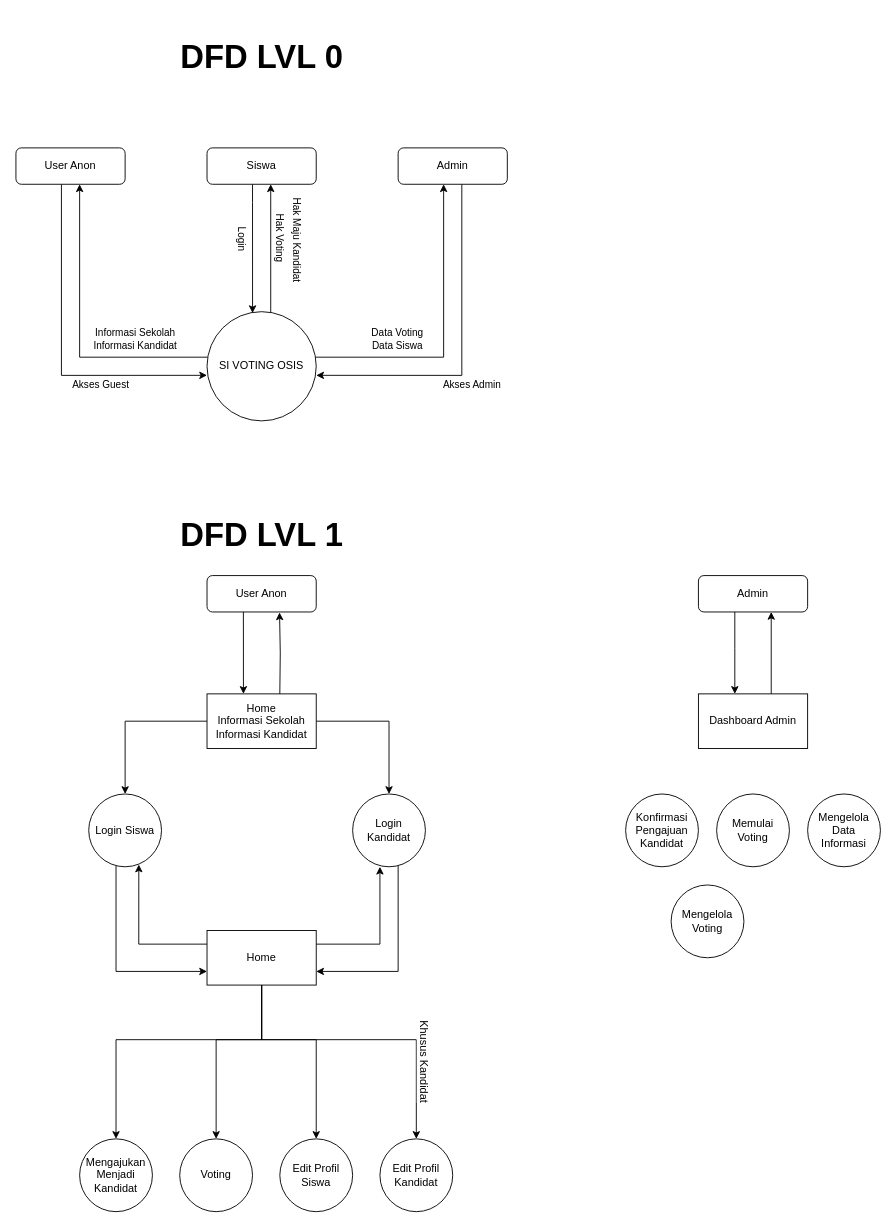
Earlier version of the draw.io diagram page "DFD LVL 0, 1" (1 of 3) of DFD Voting OSIS.drawio (bintang-prayoga/erd-voting-osis). Source tidied: cells renumbered, new cells numbered last; positions are measured from the earlier drawing's top-left corner, leaving out a move shared by most shapes. Both pictures are drawn from the tidied source at 91%, with x=0, y=0 at pixel (15, 15).
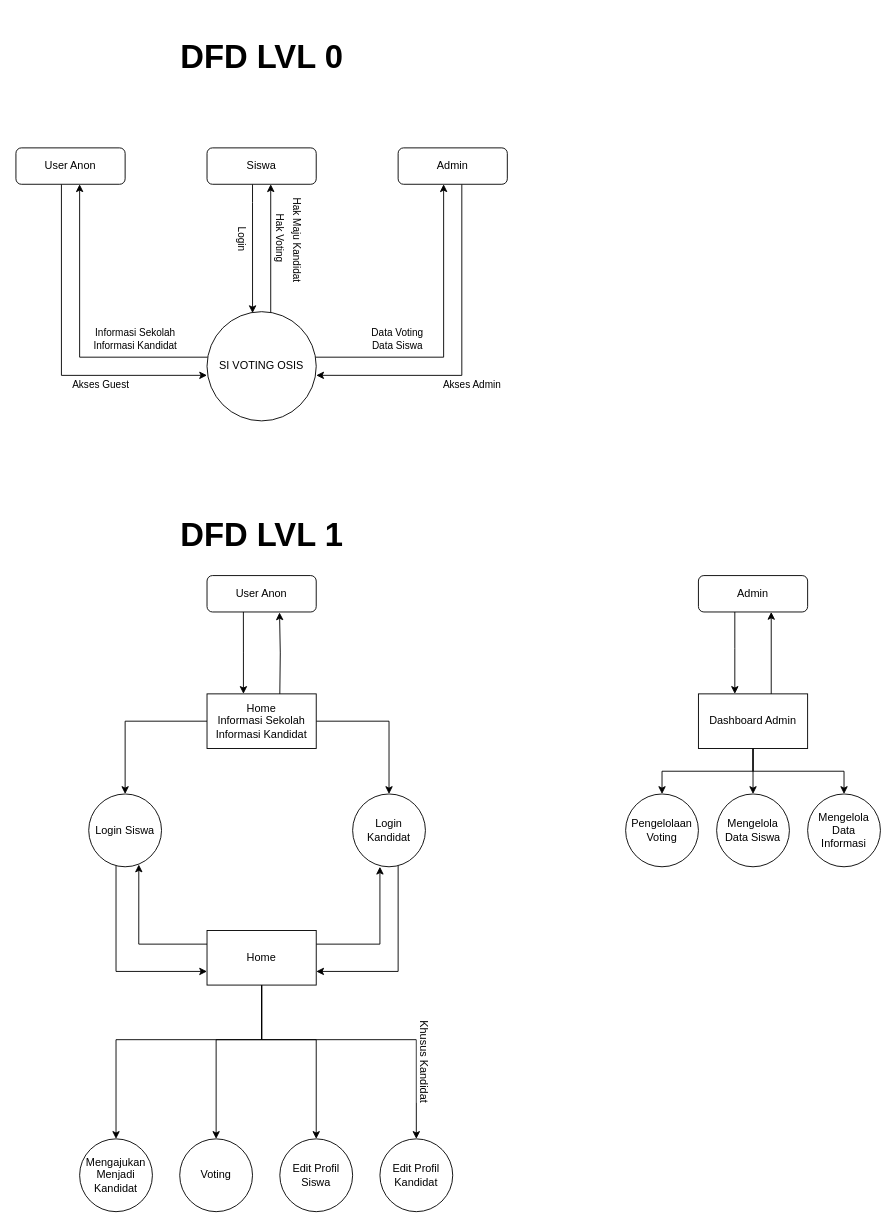
The same diagram, later.

The change refers to these unchanged cells:
```xml
<mxCell id="43" value="Dashboard Admin" style="rounded=0;whiteSpace=wrap;html=1;fontFamily=Helvetica;fontSize=12;" parent="1" vertex="1">
  <mxGeometry x="750" y="745" width="120" height="60" as="geometry" />
</mxCell>
<mxCell id="48" value="Mengelola Data Informasi" style="ellipse;whiteSpace=wrap;html=1;fontFamily=Helvetica;fontSize=12;" parent="1" vertex="1">
  <mxGeometry x="870" y="855" width="80" height="80" as="geometry" />
</mxCell>
```

The edit, as a diff of the source:
```diff
@@
+    <mxCell id="50" style="edgeStyle=orthogonalEdgeStyle;rounded=0;jettySize=auto;html=1;entryX=0.5;entryY=0;entryDx=0;entryDy=0;" parent="1" edge="1" source="43" target="46">
+      <mxGeometry relative="1" as="geometry" />
+    </mxCell>
+    <mxCell id="51" style="edgeStyle=orthogonalEdgeStyle;rounded=0;jettySize=auto;html=1;entryX=0.5;entryY=0;entryDx=0;entryDy=0;" parent="1" edge="1" source="43" target="53">
+      <mxGeometry relative="1" as="geometry" />
+    </mxCell>
+    <mxCell id="52" style="edgeStyle=orthogonalEdgeStyle;rounded=0;jettySize=auto;html=1;entryX=0.5;entryY=0;entryDx=0;entryDy=0;" parent="1" edge="1" source="43" target="48">
+      <mxGeometry relative="1" as="geometry" />
+    </mxCell>
@@
-    <mxCell id="46" value="Konfirmasi Pengajuan Kandidat" style="ellipse;whiteSpace=wrap;html=1;fontFamily=Helvetica;fontSize=12;" parent="1" vertex="1">
+    <mxCell id="46" value="Pengelolaan Voting" style="ellipse;whiteSpace=wrap;html=1;fontFamily=Helvetica;fontSize=12;" parent="1" vertex="1">
       <mxGeometry x="670" y="855" width="80" height="80" as="geometry" />
     </mxCell>
-    <mxCell id="47" value="Memulai Voting" style="ellipse;whiteSpace=wrap;html=1;fontFamily=Helvetica;fontSize=12;" parent="1" vertex="1">
-      <mxGeometry x="770" y="855" width="80" height="80" as="geometry" />
-    </mxCell>
@@
-    <mxCell id="49" value="Mengelola Voting" style="ellipse;whiteSpace=wrap;html=1;fontFamily=Helvetica;fontSize=12;" parent="1" vertex="1">
-      <mxGeometry x="720" y="955" width="80" height="80" as="geometry" />
-    </mxCell>
+    <mxCell id="53" value="Mengelola Data Siswa" style="ellipse;whiteSpace=wrap;html=1;fontFamily=Helvetica;fontSize=12;" parent="1" vertex="1">
+      <mxGeometry x="770" y="855" width="80" height="80" as="geometry" />
+    </mxCell>
```
